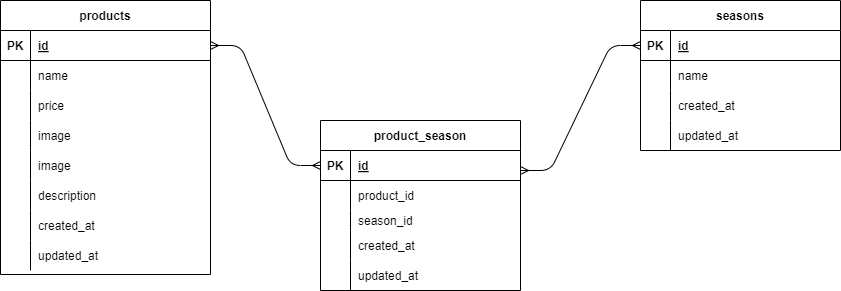
This is docs/ERDiagram.png from hiroko4ikeda8/mogitate-laravel, a draw.io export, as it was before one commit. Source tidied: cells renumbered, new cells last; positions are measured from the earlier drawing's top-left corner, leaving out a move shared by most shapes. Source of this version:
```xml
<mxGraphModel>
  <root>
    <mxCell id="0" />
    <mxCell id="1" parent="0" />
    <mxCell id="2" value="products" style="shape=table;startSize=30;rowLines=0;fontStyle=1;align=center;" parent="1" vertex="1">
      <mxGeometry width="210" height="274" as="geometry" />
    </mxCell>
    <mxCell id="3" style="shape=tableRow;horizontal=0;startSize=0;swimlaneHead=0;swimlaneBody=0;fillColor=none;points=[[0,0.5],[1,0.5]];portConstraint=eastwest;top=0;left=0;right=0;bottom=1;" parent="2" vertex="1">
      <mxGeometry y="30" width="210" height="30" as="geometry" />
    </mxCell>
    <mxCell id="4" value="PK" style="shape=partialRectangle;fillColor=none;top=0;left=0;bottom=0;right=0;fontStyle=1;overflow=hidden;" parent="3" vertex="1">
      <mxGeometry width="30" height="30" as="geometry" />
    </mxCell>
    <mxCell id="5" value="id" style="shape=partialRectangle;fillColor=none;top=0;left=0;bottom=0;right=0;align=left;spacingLeft=6;fontStyle=5;overflow=hidden;" parent="3" vertex="1">
      <mxGeometry x="30" width="180" height="30" as="geometry" />
    </mxCell>
    <mxCell id="6" style="shape=tableRow;horizontal=0;startSize=0;swimlaneHead=0;swimlaneBody=0;fillColor=none;top=0;left=0;right=0;bottom=0;" parent="2" vertex="1">
      <mxGeometry y="60" width="210" height="30" as="geometry" />
    </mxCell>
    <mxCell id="7" style="shape=partialRectangle;fillColor=none;top=0;left=0;bottom=0;right=0;overflow=hidden;" parent="6" vertex="1">
      <mxGeometry width="30" height="30" as="geometry" />
    </mxCell>
    <mxCell id="8" value="name" style="shape=partialRectangle;fillColor=none;top=0;left=0;bottom=0;right=0;align=left;spacingLeft=6;overflow=hidden;" parent="6" vertex="1">
      <mxGeometry x="30" width="180" height="30" as="geometry" />
    </mxCell>
    <mxCell id="9" style="shape=tableRow;horizontal=0;startSize=0;swimlaneHead=0;swimlaneBody=0;fillColor=none;top=0;left=0;right=0;bottom=0;" parent="2" vertex="1">
      <mxGeometry y="90" width="210" height="30" as="geometry" />
    </mxCell>
    <mxCell id="10" style="shape=partialRectangle;fillColor=none;top=0;left=0;bottom=0;right=0;overflow=hidden;" parent="9" vertex="1">
      <mxGeometry width="30" height="30" as="geometry" />
    </mxCell>
    <mxCell id="11" value="price" style="shape=partialRectangle;fillColor=none;top=0;left=0;bottom=0;right=0;align=left;spacingLeft=6;overflow=hidden;" parent="9" vertex="1">
      <mxGeometry x="30" width="180" height="30" as="geometry" />
    </mxCell>
    <mxCell id="12" style="shape=tableRow;horizontal=0;startSize=0;swimlaneHead=0;swimlaneBody=0;fillColor=none;top=0;left=0;right=0;bottom=0;" parent="2" vertex="1">
      <mxGeometry y="120" width="210" height="30" as="geometry" />
    </mxCell>
    <mxCell id="13" style="shape=partialRectangle;fillColor=none;top=0;left=0;bottom=0;right=0;overflow=hidden;" parent="12" vertex="1">
      <mxGeometry width="30" height="30" as="geometry" />
    </mxCell>
    <mxCell id="14" value="image" style="shape=partialRectangle;fillColor=none;top=0;left=0;bottom=0;right=0;align=left;spacingLeft=6;overflow=hidden;" parent="12" vertex="1">
      <mxGeometry x="30" width="180" height="30" as="geometry" />
    </mxCell>
    <mxCell id="15" style="shape=tableRow;horizontal=0;startSize=0;swimlaneHead=0;swimlaneBody=0;fillColor=none;top=0;left=0;right=0;bottom=0;" parent="2" vertex="1">
      <mxGeometry y="150" width="210" height="30" as="geometry" />
    </mxCell>
    <mxCell id="16" style="shape=partialRectangle;fillColor=none;top=0;left=0;bottom=0;right=0;overflow=hidden;" parent="15" vertex="1">
      <mxGeometry width="30" height="30" as="geometry" />
    </mxCell>
    <mxCell id="17" value="image" style="shape=partialRectangle;fillColor=none;top=0;left=0;bottom=0;right=0;align=left;spacingLeft=6;overflow=hidden;" parent="15" vertex="1">
      <mxGeometry x="30" width="180" height="30" as="geometry" />
    </mxCell>
    <mxCell id="18" style="shape=tableRow;horizontal=0;startSize=0;swimlaneHead=0;swimlaneBody=0;fillColor=none;top=0;left=0;right=0;bottom=0;" parent="2" vertex="1">
      <mxGeometry y="180" width="210" height="30" as="geometry" />
    </mxCell>
    <mxCell id="19" style="shape=partialRectangle;fillColor=none;top=0;left=0;bottom=0;right=0;overflow=hidden;" parent="18" vertex="1">
      <mxGeometry width="30" height="30" as="geometry" />
    </mxCell>
    <mxCell id="20" value="description" style="shape=partialRectangle;fillColor=none;top=0;left=0;bottom=0;right=0;align=left;spacingLeft=6;overflow=hidden;" parent="18" vertex="1">
      <mxGeometry x="30" width="180" height="30" as="geometry" />
    </mxCell>
    <mxCell id="21" style="shape=tableRow;horizontal=0;startSize=0;swimlaneHead=0;swimlaneBody=0;fillColor=none;top=0;left=0;right=0;bottom=0;" parent="2" vertex="1">
      <mxGeometry y="210" width="210" height="30" as="geometry" />
    </mxCell>
    <mxCell id="22" style="shape=partialRectangle;fillColor=none;top=0;left=0;bottom=0;right=0;overflow=hidden;" parent="21" vertex="1">
      <mxGeometry width="30" height="30" as="geometry" />
    </mxCell>
    <mxCell id="23" value="created_at" style="shape=partialRectangle;fillColor=none;top=0;left=0;bottom=0;right=0;align=left;spacingLeft=6;overflow=hidden;" parent="21" vertex="1">
      <mxGeometry x="30" width="180" height="30" as="geometry" />
    </mxCell>
    <mxCell id="24" style="shape=tableRow;horizontal=0;startSize=0;swimlaneHead=0;swimlaneBody=0;fillColor=none;top=0;left=0;right=0;bottom=0;" parent="2" vertex="1">
      <mxGeometry y="240" width="210" height="30" as="geometry" />
    </mxCell>
    <mxCell id="25" style="shape=partialRectangle;fillColor=none;top=0;left=0;bottom=0;right=0;overflow=hidden;" parent="24" vertex="1">
      <mxGeometry width="30" height="30" as="geometry" />
    </mxCell>
    <mxCell id="26" value="updated_at" style="shape=partialRectangle;fillColor=none;top=0;left=0;bottom=0;right=0;align=left;spacingLeft=6;overflow=hidden;" parent="24" vertex="1">
      <mxGeometry x="30" width="180" height="30" as="geometry" />
    </mxCell>
    <mxCell id="27" value="product_season" style="shape=table;startSize=30;rowLines=0;fontStyle=1;align=center;" parent="1" vertex="1">
      <mxGeometry x="320" y="120" width="200" height="170" as="geometry" />
    </mxCell>
    <mxCell id="28" style="shape=tableRow;horizontal=0;startSize=0;swimlaneHead=0;swimlaneBody=0;fillColor=none;points=[[0,0.5],[1,0.5]];portConstraint=eastwest;top=0;left=0;right=0;bottom=1;" parent="27" vertex="1">
      <mxGeometry y="30" width="200" height="30" as="geometry" />
    </mxCell>
    <mxCell id="29" value="PK" style="shape=partialRectangle;fillColor=none;top=0;left=0;bottom=0;right=0;fontStyle=1;overflow=hidden;" parent="28" vertex="1">
      <mxGeometry width="30" height="30" as="geometry" />
    </mxCell>
    <mxCell id="30" value="id" style="shape=partialRectangle;fillColor=none;top=0;left=0;bottom=0;right=0;align=left;spacingLeft=6;fontStyle=5;overflow=hidden;" parent="28" vertex="1">
      <mxGeometry x="30" width="170" height="30" as="geometry" />
    </mxCell>
    <mxCell id="31" style="shape=tableRow;horizontal=0;startSize=0;swimlaneHead=0;swimlaneBody=0;fillColor=none;top=0;left=0;right=0;bottom=0;" parent="27" vertex="1">
      <mxGeometry y="60" width="200" height="30" as="geometry" />
    </mxCell>
    <mxCell id="32" style="shape=partialRectangle;fillColor=none;top=0;left=0;bottom=0;right=0;overflow=hidden;" parent="31" vertex="1">
      <mxGeometry width="30" height="30" as="geometry" />
    </mxCell>
    <mxCell id="33" value="product_id" style="shape=partialRectangle;fillColor=none;top=0;left=0;bottom=0;right=0;align=left;spacingLeft=6;overflow=hidden;" parent="31" vertex="1">
      <mxGeometry x="30" width="170" height="30" as="geometry" />
    </mxCell>
    <mxCell id="34" style="shape=tableRow;horizontal=0;startSize=0;swimlaneHead=0;swimlaneBody=0;fillColor=none;top=0;left=0;right=0;bottom=0;" parent="27" vertex="1">
      <mxGeometry y="90" width="200" height="20" as="geometry" />
    </mxCell>
    <mxCell id="35" style="shape=partialRectangle;fillColor=none;top=0;left=0;bottom=0;right=0;overflow=hidden;" parent="34" vertex="1">
      <mxGeometry width="30" height="20" as="geometry" />
    </mxCell>
    <mxCell id="36" value="season_id" style="shape=partialRectangle;fillColor=none;top=0;left=0;bottom=0;right=0;align=left;spacingLeft=6;overflow=hidden;" parent="34" vertex="1">
      <mxGeometry x="30" width="170" height="20" as="geometry" />
    </mxCell>
    <mxCell id="37" style="shape=tableRow;horizontal=0;startSize=0;swimlaneHead=0;swimlaneBody=0;fillColor=none;top=0;left=0;right=0;bottom=0;" parent="27" vertex="1">
      <mxGeometry y="110" width="200" height="30" as="geometry" />
    </mxCell>
    <mxCell id="38" style="shape=partialRectangle;fillColor=none;top=0;left=0;bottom=0;right=0;overflow=hidden;" parent="37" vertex="1">
      <mxGeometry width="30" height="30" as="geometry" />
    </mxCell>
    <mxCell id="39" value="created_at" style="shape=partialRectangle;fillColor=none;top=0;left=0;bottom=0;right=0;align=left;spacingLeft=6;overflow=hidden;" parent="37" vertex="1">
      <mxGeometry x="30" width="170" height="30" as="geometry" />
    </mxCell>
    <mxCell id="40" style="shape=tableRow;horizontal=0;startSize=0;swimlaneHead=0;swimlaneBody=0;fillColor=none;top=0;left=0;right=0;bottom=0;" parent="27" vertex="1">
      <mxGeometry y="140" width="200" height="30" as="geometry" />
    </mxCell>
    <mxCell id="41" style="shape=partialRectangle;fillColor=none;top=0;left=0;bottom=0;right=0;overflow=hidden;" parent="40" vertex="1">
      <mxGeometry width="30" height="30" as="geometry" />
    </mxCell>
    <mxCell id="42" value="updated_at" style="shape=partialRectangle;fillColor=none;top=0;left=0;bottom=0;right=0;align=left;spacingLeft=6;overflow=hidden;" parent="40" vertex="1">
      <mxGeometry x="30" width="170" height="30" as="geometry" />
    </mxCell>
    <mxCell id="43" value="seasons" style="shape=table;startSize=30;rowLines=0;fontStyle=1;align=center;" parent="1" vertex="1">
      <mxGeometry x="640" width="200" height="150" as="geometry" />
    </mxCell>
    <mxCell id="44" style="shape=tableRow;horizontal=0;startSize=0;swimlaneHead=0;swimlaneBody=0;fillColor=none;points=[[0,0.5],[1,0.5]];portConstraint=eastwest;top=0;left=0;right=0;bottom=1;" parent="43" vertex="1">
      <mxGeometry y="30" width="200" height="30" as="geometry" />
    </mxCell>
    <mxCell id="45" value="PK" style="shape=partialRectangle;fillColor=none;top=0;left=0;bottom=0;right=0;fontStyle=1;overflow=hidden;" parent="44" vertex="1">
      <mxGeometry width="30" height="30" as="geometry" />
    </mxCell>
    <mxCell id="46" value="id" style="shape=partialRectangle;fillColor=none;top=0;left=0;bottom=0;right=0;align=left;spacingLeft=6;fontStyle=5;overflow=hidden;" parent="44" vertex="1">
      <mxGeometry x="30" width="170" height="30" as="geometry" />
    </mxCell>
    <mxCell id="47" style="shape=tableRow;horizontal=0;startSize=0;swimlaneHead=0;swimlaneBody=0;fillColor=none;top=0;left=0;right=0;bottom=0;" parent="43" vertex="1">
      <mxGeometry y="60" width="200" height="30" as="geometry" />
    </mxCell>
    <mxCell id="48" style="shape=partialRectangle;fillColor=none;top=0;left=0;bottom=0;right=0;overflow=hidden;" parent="47" vertex="1">
      <mxGeometry width="30" height="30" as="geometry" />
    </mxCell>
    <mxCell id="49" value="name" style="shape=partialRectangle;fillColor=none;top=0;left=0;bottom=0;right=0;align=left;spacingLeft=6;overflow=hidden;" parent="47" vertex="1">
      <mxGeometry x="30" width="170" height="30" as="geometry" />
    </mxCell>
    <mxCell id="50" style="shape=tableRow;horizontal=0;startSize=0;swimlaneHead=0;swimlaneBody=0;fillColor=none;top=0;left=0;right=0;bottom=0;" parent="43" vertex="1">
      <mxGeometry y="90" width="200" height="30" as="geometry" />
    </mxCell>
    <mxCell id="51" style="shape=partialRectangle;fillColor=none;top=0;left=0;bottom=0;right=0;overflow=hidden;" parent="50" vertex="1">
      <mxGeometry width="30" height="30" as="geometry" />
    </mxCell>
    <mxCell id="52" value="created_at" style="shape=partialRectangle;fillColor=none;top=0;left=0;bottom=0;right=0;align=left;spacingLeft=6;overflow=hidden;" parent="50" vertex="1">
      <mxGeometry x="30" width="170" height="30" as="geometry" />
    </mxCell>
    <mxCell id="53" style="shape=tableRow;horizontal=0;startSize=0;swimlaneHead=0;swimlaneBody=0;fillColor=none;top=0;left=0;right=0;bottom=0;" parent="43" vertex="1">
      <mxGeometry y="120" width="200" height="30" as="geometry" />
    </mxCell>
    <mxCell id="54" style="shape=partialRectangle;fillColor=none;top=0;left=0;bottom=0;right=0;overflow=hidden;" parent="53" vertex="1">
      <mxGeometry width="30" height="30" as="geometry" />
    </mxCell>
    <mxCell id="55" value="updated_at" style="shape=partialRectangle;fillColor=none;top=0;left=0;bottom=0;right=0;align=left;spacingLeft=6;overflow=hidden;" parent="53" vertex="1">
      <mxGeometry x="30" width="170" height="30" as="geometry" />
    </mxCell>
    <mxCell id="56" style="edgeStyle=entityRelationEdgeStyle;fontSize=12;html=1;endArrow=ERmany;startArrow=ERmany;entryX=0;entryY=0.5;entryDx=0;entryDy=0;" parent="1" edge="1" target="44">
      <mxGeometry relative="1" as="geometry">
        <mxPoint x="520" y="170" as="sourcePoint" />
      </mxGeometry>
    </mxCell>
    <mxCell id="57" style="edgeStyle=entityRelationEdgeStyle;fontSize=12;html=1;endArrow=ERmany;startArrow=ERmany;exitX=1;exitY=0.5;exitDx=0;exitDy=0;" parent="1" edge="1" source="3" target="28">
      <mxGeometry relative="1" as="geometry" />
    </mxCell>
  </root>
</mxGraphModel>
```
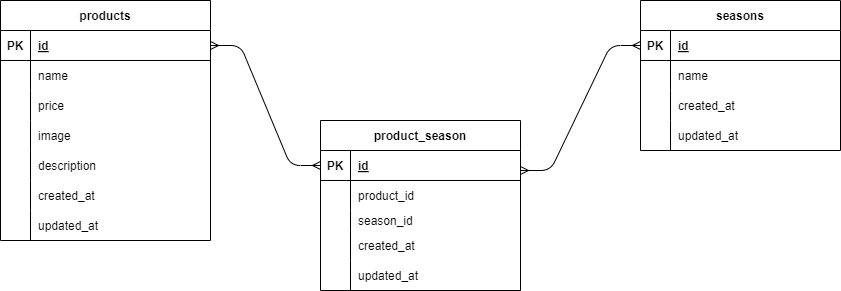
Above is the later version.

The edit, as a diff of the source:
```diff
@@ -3,7 +3,7 @@
     <mxCell id="0" />
     <mxCell id="1" parent="0" />
     <mxCell id="2" value="products" style="shape=table;startSize=30;rowLines=0;fontStyle=1;align=center;" parent="1" vertex="1">
-      <mxGeometry width="210" height="274" as="geometry" />
+      <mxGeometry width="210" height="240" as="geometry" />
     </mxCell>
     <mxCell id="3" style="shape=tableRow;horizontal=0;startSize=0;swimlaneHead=0;swimlaneBody=0;fillColor=none;points=[[0,0.5],[1,0.5]];portConstraint=eastwest;top=0;left=0;right=0;bottom=1;" parent="2" vertex="1">
       <mxGeometry y="30" width="210" height="30" as="geometry" />
@@ -41,17 +41,8 @@
     <mxCell id="14" value="image" style="shape=partialRectangle;fillColor=none;top=0;left=0;bottom=0;right=0;align=left;spacingLeft=6;overflow=hidden;" parent="12" vertex="1">
       <mxGeometry x="30" width="180" height="30" as="geometry" />
     </mxCell>
-    <mxCell id="15" style="shape=tableRow;horizontal=0;startSize=0;swimlaneHead=0;swimlaneBody=0;fillColor=none;top=0;left=0;right=0;bottom=0;" parent="2" vertex="1">
-      <mxGeometry y="150" width="210" height="30" as="geometry" />
-    </mxCell>
-    <mxCell id="16" style="shape=partialRectangle;fillColor=none;top=0;left=0;bottom=0;right=0;overflow=hidden;" parent="15" vertex="1">
-      <mxGeometry width="30" height="30" as="geometry" />
-    </mxCell>
-    <mxCell id="17" value="image" style="shape=partialRectangle;fillColor=none;top=0;left=0;bottom=0;right=0;align=left;spacingLeft=6;overflow=hidden;" parent="15" vertex="1">
-      <mxGeometry x="30" width="180" height="30" as="geometry" />
-    </mxCell>
     <mxCell id="18" style="shape=tableRow;horizontal=0;startSize=0;swimlaneHead=0;swimlaneBody=0;fillColor=none;top=0;left=0;right=0;bottom=0;" parent="2" vertex="1">
-      <mxGeometry y="180" width="210" height="30" as="geometry" />
+      <mxGeometry y="150" width="210" height="30" as="geometry" />
     </mxCell>
     <mxCell id="19" style="shape=partialRectangle;fillColor=none;top=0;left=0;bottom=0;right=0;overflow=hidden;" parent="18" vertex="1">
       <mxGeometry width="30" height="30" as="geometry" />
@@ -60,7 +51,7 @@
       <mxGeometry x="30" width="180" height="30" as="geometry" />
     </mxCell>
     <mxCell id="21" style="shape=tableRow;horizontal=0;startSize=0;swimlaneHead=0;swimlaneBody=0;fillColor=none;top=0;left=0;right=0;bottom=0;" parent="2" vertex="1">
-      <mxGeometry y="210" width="210" height="30" as="geometry" />
+      <mxGeometry y="180" width="210" height="30" as="geometry" />
     </mxCell>
     <mxCell id="22" style="shape=partialRectangle;fillColor=none;top=0;left=0;bottom=0;right=0;overflow=hidden;" parent="21" vertex="1">
       <mxGeometry width="30" height="30" as="geometry" />
@@ -69,7 +60,7 @@
       <mxGeometry x="30" width="180" height="30" as="geometry" />
     </mxCell>
     <mxCell id="24" style="shape=tableRow;horizontal=0;startSize=0;swimlaneHead=0;swimlaneBody=0;fillColor=none;top=0;left=0;right=0;bottom=0;" parent="2" vertex="1">
-      <mxGeometry y="240" width="210" height="30" as="geometry" />
+      <mxGeometry y="210" width="210" height="30" as="geometry" />
     </mxCell>
     <mxCell id="25" style="shape=partialRectangle;fillColor=none;top=0;left=0;bottom=0;right=0;overflow=hidden;" parent="24" vertex="1">
       <mxGeometry width="30" height="30" as="geometry" />
```
